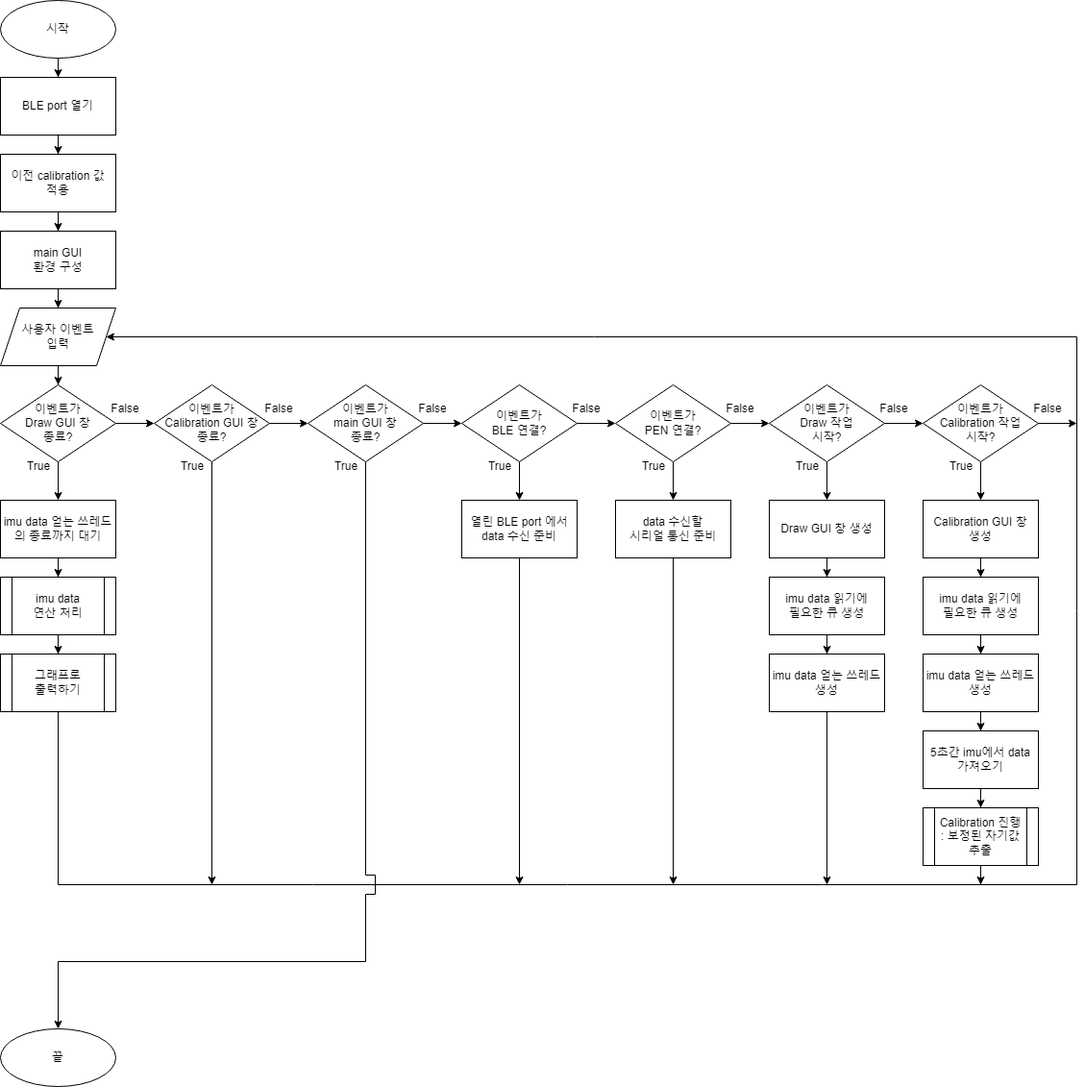
The draw.io diagram pic/figure1.drawio.png in siorTeam/smart-pen, before a commit. Source tidied: cells renumbered, new cells last; positions are measured from the earlier drawing's top-left corner, leaving out a move shared by most shapes.
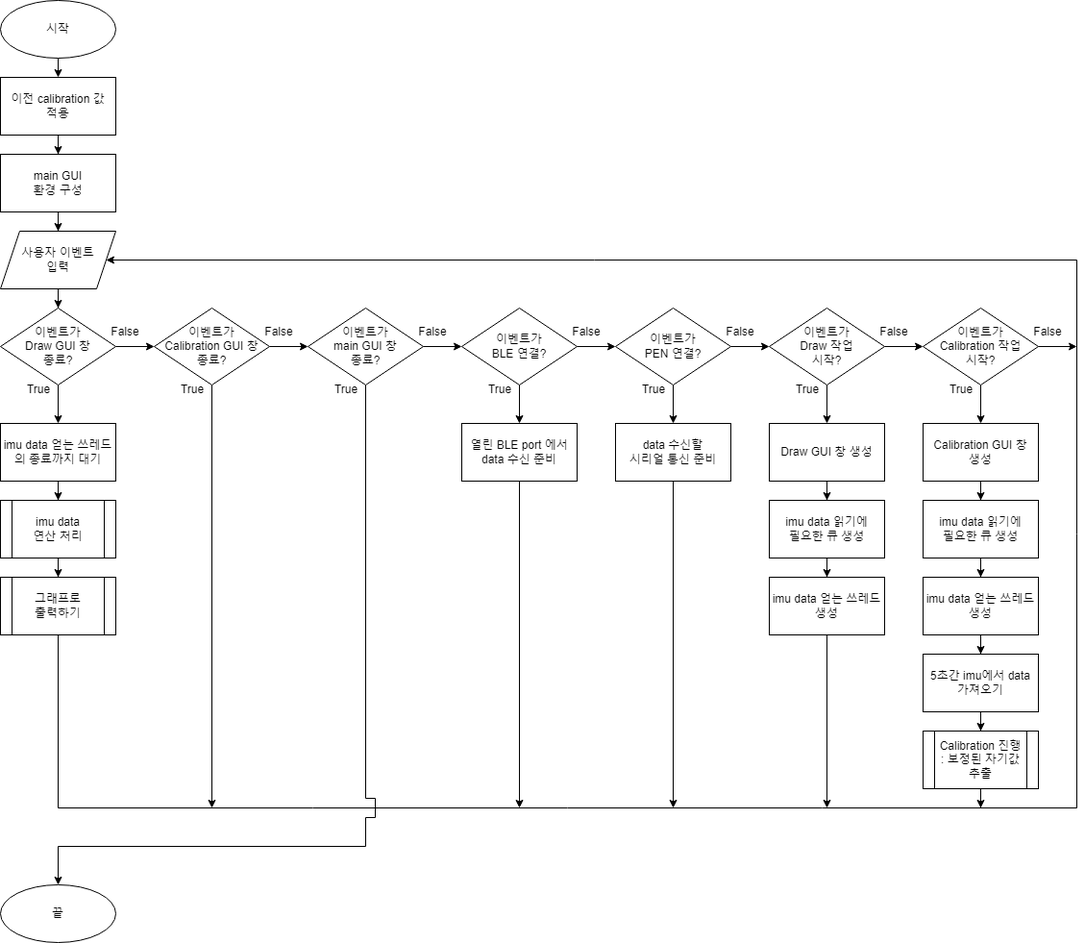
Later version of the same file.

Change to the diagram source:
```diff
@@ -2,12 +2,6 @@
   <root>
     <mxCell id="0" />
     <mxCell id="1" parent="0" />
-    <mxCell id="2" style="edgeStyle=orthogonalEdgeStyle;rounded=0;jettySize=auto;html=1;exitX=0.5;exitY=1;exitDx=0;exitDy=0;" parent="1" edge="1" source="3" target="5">
-      <mxGeometry relative="1" as="geometry" />
-    </mxCell>
-    <mxCell id="3" value="BLE port 열기" style="rounded=1;whiteSpace=wrap;html=1;arcSize=0;" parent="1" vertex="1">
-      <mxGeometry y="80" width="120" height="60" as="geometry" />
-    </mxCell>
     <mxCell id="4" style="edgeStyle=orthogonalEdgeStyle;rounded=0;jettySize=auto;html=1;" parent="1" edge="1" source="5" target="7">
       <mxGeometry relative="1" as="geometry" />
     </mxCell>
@@ -27,8 +21,8 @@
           <mxPoint x="390" y="910" />
           <mxPoint x="390" y="930" />
           <mxPoint x="380" y="930" />
-          <mxPoint x="380" y="1000" />
-          <mxPoint x="60" y="1000" />
+          <mxPoint x="380" y="960" />
+          <mxPoint x="60" y="960" />
         </Array>
       </mxGeometry>
     </mxCell>
@@ -46,14 +40,16 @@
     <mxCell id="12" value="사용자 이벤트&lt;br&gt;입력" style="shape=parallelogram;perimeter=parallelogramPerimeter;whiteSpace=wrap;html=1;fixedSize=1;" parent="1" vertex="1">
       <mxGeometry y="320" width="120" height="60" as="geometry" />
     </mxCell>
-    <mxCell id="13" style="edgeStyle=orthogonalEdgeStyle;rounded=0;jettySize=auto;html=1;exitX=0.5;exitY=1;exitDx=0;exitDy=0;" parent="1" edge="1" source="14" target="3">
-      <mxGeometry relative="1" as="geometry" />
+    <mxCell id="13" style="edgeStyle=orthogonalEdgeStyle;rounded=0;jettySize=auto;html=1;exitX=0.5;exitY=1;exitDx=0;exitDy=0;" parent="1" edge="1" source="14">
+      <mxGeometry relative="1" as="geometry">
+        <mxPoint x="60" y="160" as="targetPoint" />
+      </mxGeometry>
     </mxCell>
     <mxCell id="14" value="시작" style="ellipse;whiteSpace=wrap;html=1;" parent="1" vertex="1">
-      <mxGeometry width="120" height="60" as="geometry" />
+      <mxGeometry y="80" width="120" height="60" as="geometry" />
     </mxCell>
     <mxCell id="15" value="끝" style="ellipse;whiteSpace=wrap;html=1;" parent="1" vertex="1">
-      <mxGeometry y="1070" width="120" height="60" as="geometry" />
+      <mxGeometry y="1000" width="120" height="60" as="geometry" />
     </mxCell>
     <mxCell id="16" style="edgeStyle=orthogonalEdgeStyle;rounded=0;jettySize=auto;html=1;entryX=0;entryY=0.5;entryDx=0;entryDy=0;" parent="1" edge="1" source="18" target="10">
       <mxGeometry relative="1" as="geometry" />
```
